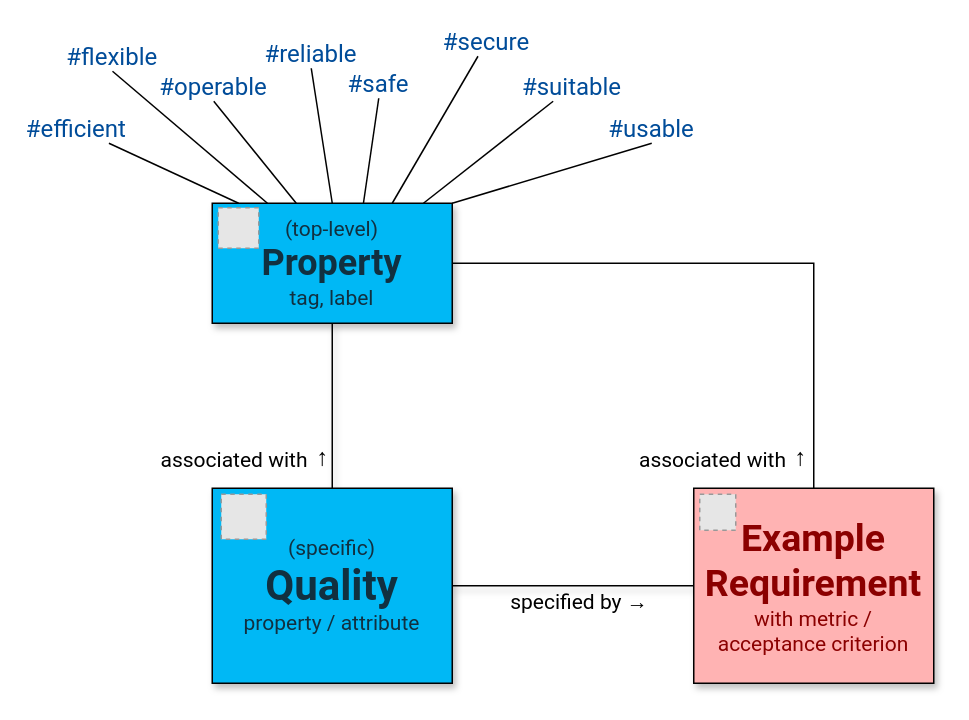
arc42/quality.arc42.org-site keeps this draw.io diagram as page "Q42-dimensions-tags" (2 of 2) of originals/metamodel/q42-metamodel.drawio. Above is the earlier version. Source tidied: cells renumbered, new cells numbered last; positions are measured from the earlier drawing's top-left corner, leaving out a move shared by most shapes. Both pictures are drawn from the tidied source at 150%, with x=0, y=0 at pixel (34, 26). Pictures stored in the file or linked from it are replaced by grey dashed boxes.
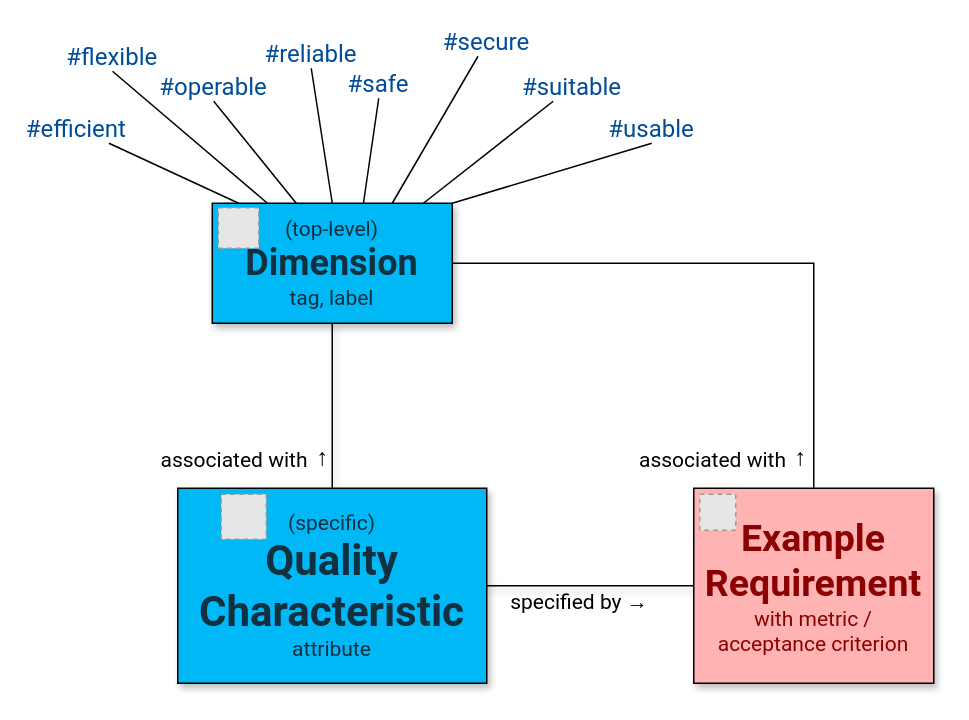
Above is the later version.

Diff of the diagram source:
```diff
@@
-    <mxCell id="3" value="&lt;font style=&quot;font-size: 14px;&quot;&gt;(top-level)&lt;/font&gt;&lt;div&gt;&lt;font style=&quot;font-size: 24px;&quot;&gt;&lt;b&gt;Property&lt;/b&gt;&lt;/font&gt;&lt;/div&gt;&lt;div&gt;&lt;font style=&quot;font-size: 14px;&quot;&gt;tag, label&lt;/font&gt;&lt;/div&gt;" style="rounded=0;whiteSpace=wrap;html=1;fillColor=light-dark(#00B8F5,#EDEDED);fontFamily=Roboto;shadow=1;points=[[0,0,0,0,0],[0,0.5,0,0,0],[0,1,0,0,0],[0.11,0,0,0,0],[0.23,0,0,0,0],[0.25,1,0,0,0],[0.35,0,0,0,0],[0.5,0,0,0,0],[0.5,1,0,0,0],[0.63,0,0,0,0],[0.75,0,0,0,0],[0.75,1,0,0,0],[0.88,0,0,0,0],[1,0,0,0,0],[1,0.5,0,0,0],[1,1,0,0,0]];fontColor=#113040;" parent="1" vertex="1">
+    <mxCell id="3" value="&lt;font style=&quot;font-size: 14px;&quot;&gt;(top-level)&lt;/font&gt;&lt;div&gt;&lt;font style=&quot;font-size: 24px;&quot;&gt;&lt;b&gt;Dimension&lt;/b&gt;&lt;/font&gt;&lt;/div&gt;&lt;div&gt;&lt;font style=&quot;font-size: 14px;&quot;&gt;tag, label&lt;/font&gt;&lt;/div&gt;" style="rounded=0;whiteSpace=wrap;html=1;fillColor=light-dark(#00B8F5,#EDEDED);fontFamily=Roboto;shadow=1;points=[[0,0,0,0,0],[0,0.5,0,0,0],[0,1,0,0,0],[0.11,0,0,0,0],[0.23,0,0,0,0],[0.25,1,0,0,0],[0.35,0,0,0,0],[0.5,0,0,0,0],[0.5,1,0,0,0],[0.63,0,0,0,0],[0.75,0,0,0,0],[0.75,1,0,0,0],[0.88,0,0,0,0],[1,0,0,0,0],[1,0.5,0,0,0],[1,1,0,0,0]];fontColor=#113040;" parent="1" vertex="1">
       <mxGeometry x="118" y="118" width="160" height="80" as="geometry" />
     </mxCell>
@@
-    <mxCell id="5" value="&lt;div&gt;&lt;font style=&quot;font-size: 14px;&quot;&gt;(specific)&lt;/font&gt;&lt;/div&gt;&lt;font style=&quot;font-size: 28px;&quot;&gt;&lt;b style=&quot;&quot;&gt;Quality&lt;/b&gt;&lt;/font&gt;&lt;div&gt;&lt;font style=&quot;font-size: 14px;&quot;&gt;property / attribute&lt;/font&gt;&lt;/div&gt;" style="rounded=0;whiteSpace=wrap;html=1;fillColor=light-dark(#00B8F5,#EDEDED);fontFamily=Roboto;shadow=1;fontColor=#113040;" parent="1" vertex="1">
-      <mxGeometry x="118" y="308" width="160" height="130" as="geometry" />
+    <mxCell id="5" value="&lt;div&gt;&lt;font style=&quot;font-size: 14px;&quot;&gt;(specific)&lt;/font&gt;&lt;/div&gt;&lt;font style=&quot;font-size: 28px;&quot;&gt;&lt;b style=&quot;&quot;&gt;Quality&lt;br&gt;Characteristic&lt;br&gt;&lt;/b&gt;&lt;/font&gt;&lt;div&gt;&lt;font style=&quot;font-size: 14px;&quot;&gt;attribute&lt;/font&gt;&lt;/div&gt;" style="rounded=0;whiteSpace=wrap;html=1;fillColor=light-dark(#00B8F5,#EDEDED);fontFamily=Roboto;shadow=1;fontColor=#113040;" parent="1" vertex="1">
+      <mxGeometry x="95" y="308" width="206" height="130" as="geometry" />
     </mxCell>
```
